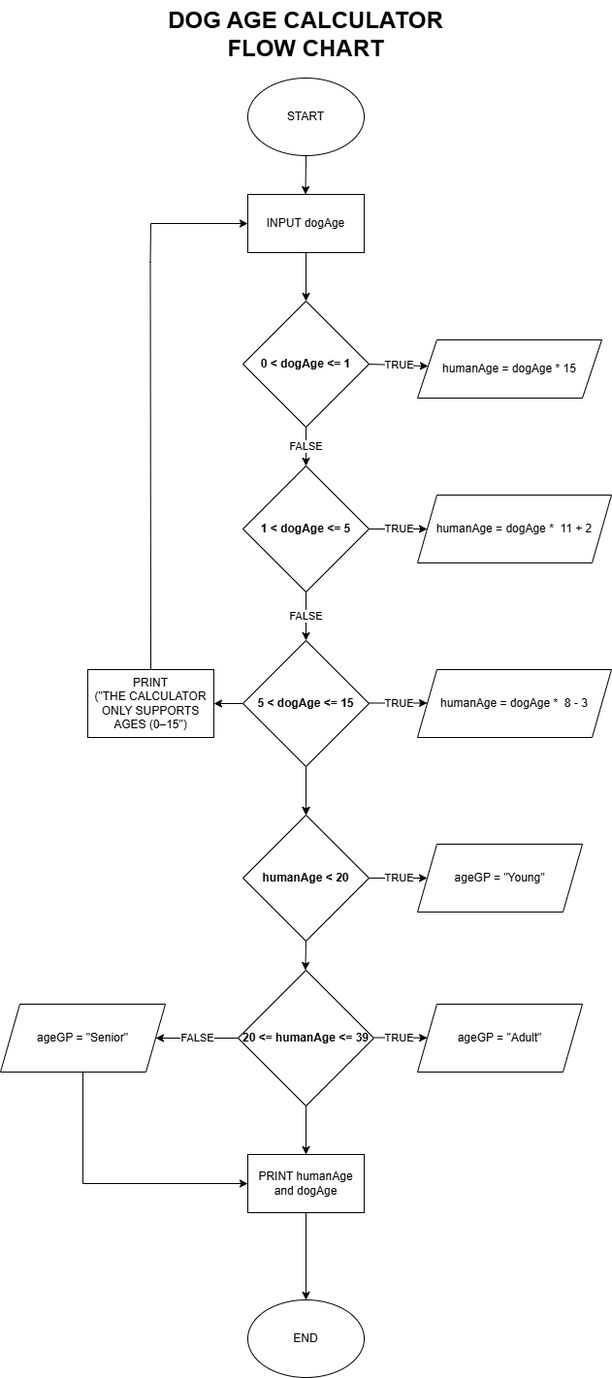
Above: docs/flowchart.png in heldworld/dog-age-automation-python (draw.io), before the change. Source tidied: cells renumbered, new cells last; positions are measured from the earlier drawing's top-left corner, leaving out a move shared by most shapes.
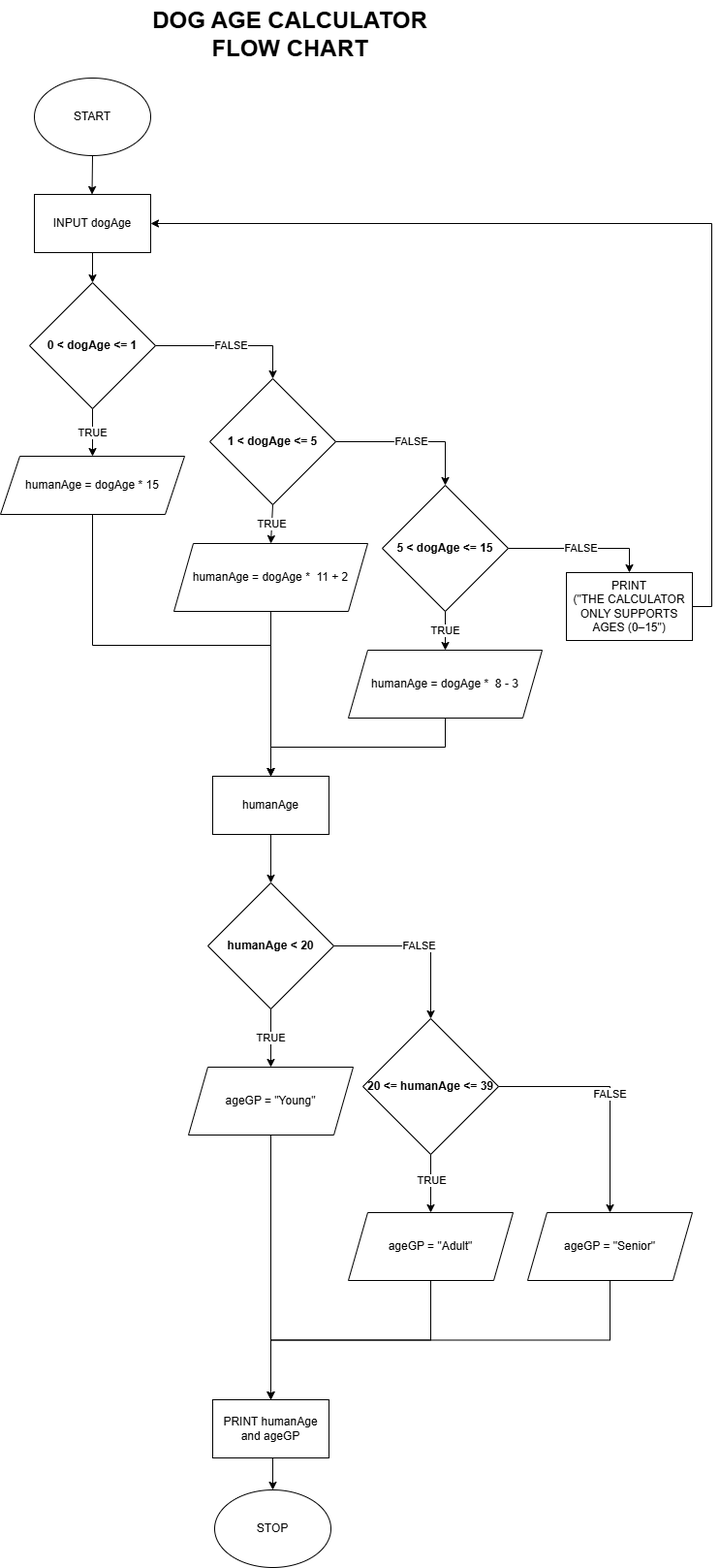
After the change.

Diff of the diagram source:
```diff
@@ -3,132 +3,147 @@
     <mxCell id="0" />
     <mxCell id="1" parent="0" />
     <mxCell id="2" value="START" style="ellipse;whiteSpace=wrap;html=1;" parent="1" vertex="1">
-      <mxGeometry x="255" y="80" width="120" height="80" as="geometry" />
+      <mxGeometry x="51" y="80" width="120" height="80" as="geometry" />
     </mxCell>
     <mxCell id="3" value="INPUT dogAge" style="rounded=0;whiteSpace=wrap;html=1;" parent="1" vertex="1">
-      <mxGeometry x="255" y="200" width="120" height="60" as="geometry" />
+      <mxGeometry x="51" y="200" width="120" height="60" as="geometry" />
     </mxCell>
     <mxCell id="4" value="&lt;b&gt;0 &amp;lt; dogAge &amp;lt;= 1&lt;/b&gt;" style="rhombus;whiteSpace=wrap;html=1;" parent="1" vertex="1">
-      <mxGeometry x="250" y="310" width="130" height="130" as="geometry" />
+      <mxGeometry x="46" y="291" width="130" height="130" as="geometry" />
     </mxCell>
+    <mxCell id="37" style="edgeStyle=orthogonalEdgeStyle;rounded=0;jettySize=auto;html=1;exitX=0.5;exitY=1;exitDx=0;exitDy=0;entryX=0.5;entryY=0;entryDx=0;entryDy=0;" parent="1" edge="1" source="5" target="43">
+      <mxGeometry relative="1" as="geometry" />
+    </mxCell>
     <mxCell id="5" value="humanAge = dogAge * 15" style="shape=parallelogram;perimeter=parallelogramPerimeter;whiteSpace=wrap;html=1;fixedSize=1;" parent="1" vertex="1">
-      <mxGeometry x="430" y="350" width="190" height="60" as="geometry" />
+      <mxGeometry x="16" y="470" width="190" height="60" as="geometry" />
     </mxCell>
+    <mxCell id="38" style="edgeStyle=orthogonalEdgeStyle;rounded=0;jettySize=auto;html=1;exitX=0.5;exitY=1;exitDx=0;exitDy=0;entryX=0.5;entryY=0;entryDx=0;entryDy=0;" parent="1" edge="1" source="6" target="43">
+      <mxGeometry relative="1" as="geometry" />
+    </mxCell>
     <mxCell id="6" value="humanAge = dogAge *&amp;nbsp; 11 + 2" style="shape=parallelogram;perimeter=parallelogramPerimeter;whiteSpace=wrap;html=1;fixedSize=1;" parent="1" vertex="1">
-      <mxGeometry x="430" y="510" width="200" height="70" as="geometry" />
+      <mxGeometry x="195" y="560" width="200" height="70" as="geometry" />
     </mxCell>
     <mxCell id="7" value="&lt;b&gt;1 &amp;lt; dogAge &amp;lt;= 5&lt;/b&gt;" style="rhombus;whiteSpace=wrap;html=1;" parent="1" vertex="1">
-      <mxGeometry x="250" y="480" width="130" height="130" as="geometry" />
+      <mxGeometry x="232" y="390" width="130" height="130" as="geometry" />
     </mxCell>
-    <mxCell id="8" style="edgeStyle=orthogonalEdgeStyle;rounded=0;jettySize=auto;html=1;" parent="1" edge="1" source="9" target="22">
-      <mxGeometry relative="1" as="geometry" />
-    </mxCell>
     <mxCell id="9" value="&lt;b&gt;5 &amp;lt; dogAge &amp;lt;= 15&lt;/b&gt;" style="rhombus;whiteSpace=wrap;html=1;" parent="1" vertex="1">
-      <mxGeometry x="250" y="660" width="130" height="130" as="geometry" />
+      <mxGeometry x="410" y="500" width="130" height="130" as="geometry" />
     </mxCell>
+    <mxCell id="39" style="edgeStyle=orthogonalEdgeStyle;rounded=0;jettySize=auto;html=1;exitX=0.5;exitY=1;exitDx=0;exitDy=0;entryX=0.5;entryY=0;entryDx=0;entryDy=0;" parent="1" edge="1" source="10" target="43">
+      <mxGeometry relative="1" as="geometry" />
+    </mxCell>
     <mxCell id="10" value="humanAge = dogAge *&amp;nbsp; 8 - 3" style="shape=parallelogram;perimeter=parallelogramPerimeter;whiteSpace=wrap;html=1;fixedSize=1;" parent="1" vertex="1">
-      <mxGeometry x="430" y="690" width="200" height="70" as="geometry" />
+      <mxGeometry x="375" y="670" width="200" height="70" as="geometry" />
     </mxCell>
+    <mxCell id="18" style="edgeStyle=orthogonalEdgeStyle;rounded=0;jettySize=auto;html=1;exitX=1;exitY=0.5;exitDx=0;exitDy=0;entryX=1;entryY=0.5;entryDx=0;entryDy=0;" parent="1" edge="1" source="11" target="3">
+      <mxGeometry relative="1" as="geometry" />
+    </mxCell>
     <mxCell id="11" value="&lt;p class=&quot;MsoNormal&quot;&gt;&lt;span lang=&quot;DE&quot; style=&quot;font-size: 9pt; line-height: 107%; font-family: Helvetica, sans-serif; background-image: initial; background-position: initial; background-size: initial; background-repeat: initial; background-attachment: initial; background-origin: initial; background-clip: initial;&quot;&gt;PRINT&lt;br/&gt;(&quot;THE CALCULATOR ONLY SUPPORTS AGES (0–15&quot;)&lt;/span&gt;&lt;/p&gt;" style="rounded=0;whiteSpace=wrap;html=1;" parent="1" vertex="1">
-      <mxGeometry x="90" y="690" width="130" height="70" as="geometry" />
+      <mxGeometry x="600" y="590" width="130" height="70" as="geometry" />
     </mxCell>
-    <mxCell id="12" value="FALSE" style="endArrow=classic;html=1;rounded=0;exitX=0.5;exitY=1;exitDx=0;exitDy=0;entryX=0.5;entryY=0;entryDx=0;entryDy=0;" parent="1" edge="1" source="4" target="7">
-      <mxGeometry relative="1" as="geometry" />
+    <mxCell id="12" value="TRUE" style="endArrow=classic;html=1;rounded=0;exitX=0.5;exitY=1;exitDx=0;exitDy=0;" parent="1" edge="1" source="4">
+      <mxGeometry relative="1" as="geometry">
+        <mxPoint x="111" y="470" as="targetPoint" />
+      </mxGeometry>
     </mxCell>
     <mxCell id="13" style="endArrow=classic;html=1;rounded=0;entryX=0.5;entryY=0;entryDx=0;entryDy=0;exitX=0.5;exitY=1;exitDx=0;exitDy=0;" parent="1" edge="1" source="3" target="4">
       <mxGeometry relative="1" as="geometry" />
     </mxCell>
-    <mxCell id="14" value="FALSE" style="endArrow=classic;html=1;rounded=0;exitX=0.5;exitY=1;exitDx=0;exitDy=0;entryX=0.5;entryY=0;entryDx=0;entryDy=0;" parent="1" edge="1" source="7" target="9">
-      <mxGeometry relative="1" as="geometry" />
+    <mxCell id="14" value="FALSE" style="endArrow=classic;html=1;rounded=0;entryX=0.5;entryY=0;entryDx=0;entryDy=0;exitX=1;exitY=0.5;exitDx=0;exitDy=0;" parent="1" edge="1" source="7" target="9">
+      <mxGeometry relative="1" as="geometry">
+        <Array as="points">
+          <mxPoint x="475" y="455" />
+        </Array>
+      </mxGeometry>
     </mxCell>
     <mxCell id="15" style="endArrow=classic;html=1;rounded=0;entryX=0.5;entryY=0;entryDx=0;entryDy=0;exitX=0.5;exitY=1;exitDx=0;exitDy=0;" parent="1" edge="1" source="2">
       <mxGeometry relative="1" as="geometry">
-        <mxPoint x="314.5" y="200" as="targetPoint" />
+        <mxPoint x="110.5" y="200" as="targetPoint" />
       </mxGeometry>
     </mxCell>
-    <mxCell id="16" value="TRUE" style="endArrow=classic;html=1;rounded=0;exitX=1;exitY=0.5;exitDx=0;exitDy=0;" parent="1" edge="1" source="4" target="5">
-      <mxGeometry relative="1" as="geometry" />
+    <mxCell id="16" value="FALSE" style="endArrow=classic;html=1;rounded=0;exitX=1;exitY=0.5;exitDx=0;exitDy=0;entryX=0.5;entryY=0;entryDx=0;entryDy=0;" parent="1" edge="1" source="4" target="7">
+      <mxGeometry relative="1" as="geometry">
+        <Array as="points">
+          <mxPoint x="297" y="356" />
+        </Array>
+      </mxGeometry>
     </mxCell>
-    <mxCell id="17" style="endArrow=classic;html=1;rounded=0;exitX=0.5;exitY=1;exitDx=0;exitDy=0;" parent="1" edge="1" source="9">
-      <mxGeometry relative="1" as="geometry">
-        <mxPoint x="315" y="840" as="targetPoint" />
-      </mxGeometry>
-    </mxCell>
-    <mxCell id="18" style="endArrow=classic;html=1;rounded=0;exitX=0.5;exitY=0;exitDx=0;exitDy=0;entryX=0;entryY=0.5;entryDx=0;entryDy=0;exitPerimeter=0;" parent="1" edge="1" source="11" target="3">
-      <mxGeometry relative="1" as="geometry">
-        <Array as="points">
-          <mxPoint x="154.5" y="270" />
-          <mxPoint x="155" y="230" />
-        </Array>
-      </mxGeometry>
-    </mxCell>
-    <mxCell id="19" value="TRUE" style="endArrow=classic;html=1;rounded=0;exitX=1;exitY=0.5;exitDx=0;exitDy=0;entryX=0;entryY=0.5;entryDx=0;entryDy=0;" parent="1" edge="1" source="7" target="6">
+    <mxCell id="19" value="TRUE" style="endArrow=classic;html=1;rounded=0;entryX=0.5;entryY=0;entryDx=0;entryDy=0;exitX=0.5;exitY=1;exitDx=0;exitDy=0;" parent="1" edge="1" source="7" target="6">
       <mxGeometry relative="1" as="geometry" />
     </mxCell>
-    <mxCell id="20" value="TRUE" style="endArrow=classic;html=1;rounded=0;exitX=1;exitY=0.5;exitDx=0;exitDy=0;entryX=0;entryY=0.5;entryDx=0;entryDy=0;" parent="1" edge="1">
-      <mxGeometry relative="1" as="geometry">
-        <mxPoint x="380" y="724.5" as="sourcePoint" />
-        <mxPoint x="440" y="724.5" as="targetPoint" />
-      </mxGeometry>
+    <mxCell id="20" value="TRUE" style="endArrow=classic;html=1;rounded=0;entryX=0.5;entryY=0;entryDx=0;entryDy=0;exitX=0.5;exitY=1;exitDx=0;exitDy=0;" parent="1" edge="1" source="9" target="10">
+      <mxGeometry relative="1" as="geometry" />
     </mxCell>
-    <mxCell id="21" style="endArrow=classic;html=1;rounded=0;exitX=0;exitY=0.5;exitDx=0;exitDy=0;entryX=1;entryY=0.5;entryDx=0;entryDy=0;" parent="1" edge="1" source="9" target="11">
-      <mxGeometry relative="1" as="geometry" />
-    </mxCell>
     <mxCell id="22" value="&lt;b&gt;humanAge &amp;lt; 20&lt;/b&gt;" style="rhombus;whiteSpace=wrap;html=1;" parent="1" vertex="1">
-      <mxGeometry x="250" y="840" width="130" height="130" as="geometry" />
+      <mxGeometry x="230" y="910" width="130" height="130" as="geometry" />
     </mxCell>
     <mxCell id="23" value="&lt;b&gt;20 &amp;lt;= humanAge &amp;lt;= 39&lt;/b&gt;" style="rhombus;whiteSpace=wrap;html=1;" parent="1" vertex="1">
-      <mxGeometry x="245" y="1000" width="140" height="140" as="geometry" />
+      <mxGeometry x="390" y="1050" width="140" height="140" as="geometry" />
     </mxCell>
+    <mxCell id="40" style="edgeStyle=orthogonalEdgeStyle;rounded=0;jettySize=auto;html=1;exitX=0.5;exitY=1;exitDx=0;exitDy=0;entryX=0.5;entryY=0;entryDx=0;entryDy=0;" parent="1" edge="1" source="24" target="30">
+      <mxGeometry relative="1" as="geometry" />
+    </mxCell>
     <mxCell id="24" value="ageGP = &quot;Young&quot;" style="shape=parallelogram;perimeter=parallelogramPerimeter;whiteSpace=wrap;html=1;fixedSize=1;" parent="1" vertex="1">
-      <mxGeometry x="430" y="870" width="170" height="70" as="geometry" />
+      <mxGeometry x="210" y="1100" width="170" height="70" as="geometry" />
     </mxCell>
+    <mxCell id="41" style="edgeStyle=orthogonalEdgeStyle;rounded=0;jettySize=auto;html=1;exitX=0.5;exitY=1;exitDx=0;exitDy=0;entryX=0.5;entryY=0;entryDx=0;entryDy=0;" parent="1" edge="1" source="25" target="30">
+      <mxGeometry relative="1" as="geometry" />
+    </mxCell>
     <mxCell id="25" value="ageGP = &quot;Adult&quot;" style="shape=parallelogram;perimeter=parallelogramPerimeter;whiteSpace=wrap;html=1;fixedSize=1;" parent="1" vertex="1">
-      <mxGeometry x="430" y="1035" width="170" height="70" as="geometry" />
+      <mxGeometry x="375" y="1250" width="170" height="70" as="geometry" />
     </mxCell>
+    <mxCell id="36" style="edgeStyle=orthogonalEdgeStyle;rounded=0;jettySize=auto;html=1;exitX=0.5;exitY=1;exitDx=0;exitDy=0;entryX=0.5;entryY=0;entryDx=0;entryDy=0;" parent="1" edge="1" source="26" target="30">
+      <mxGeometry relative="1" as="geometry" />
+    </mxCell>
     <mxCell id="26" value="ageGP = &quot;Senior&quot;" style="shape=parallelogram;perimeter=parallelogramPerimeter;whiteSpace=wrap;html=1;fixedSize=1;" parent="1" vertex="1">
-      <mxGeometry y="1035" width="170" height="70" as="geometry" />
+      <mxGeometry x="560" y="1250" width="170" height="70" as="geometry" />
     </mxCell>
-    <mxCell id="27" value="TRUE&lt;span style=&quot;color: rgba(0, 0, 0, 0); font-family: monospace; font-size: 0px; text-align: start; background-color: rgb(236, 236, 236);&quot;&gt;%3CmxGraphModel%3E%3Croot%3E%3CmxCell%20id%3D%220%22%2F%3E%3CmxCell%20id%3D%221%22%20parent%3D%220%22%2F%3E%3CmxCell%20id%3D%222%22%20edge%3D%221%22%20parent%3D%221%22%20style%3D%22endArrow%3Dclassic%3Bhtml%3D1%3Brounded%3D0%3BexitX%3D0.5%3BexitY%3D1%3BexitDx%3D0%3BexitDy%3D0%3B%22%20value%3D%22%22%3E%3CmxGeometry%20height%3D%2250%22%20relative%3D%221%22%20width%3D%2250%22%20as%3D%22geometry%22%3E%3CmxPoint%20x%3D%22385%22%20y%3D%22800%22%20as%3D%22sourcePoint%22%2F%3E%3CmxPoint%20x%3D%22385%22%20y%3D%22850%22%20as%3D%22targetPoint%22%2F%3E%3C%2FmxGeometry%3E%3C%2FmxCell%3E%3C%2Froot%3E%3C%2FmxGraphModel%3E&lt;/span&gt;" style="endArrow=classic;html=1;rounded=0;exitX=1;exitY=0.5;exitDx=0;exitDy=0;" parent="1" edge="1" source="22" target="24">
+    <mxCell id="27" value="TRUE&lt;span style=&quot;color: rgba(0, 0, 0, 0); font-family: monospace; font-size: 0px; text-align: start; background-color: rgb(236, 236, 236);&quot;&gt;%3CmxGraphModel%3E%3Croot%3E%3CmxCell%20id%3D%220%22%2F%3E%3CmxCell%20id%3D%221%22%20parent%3D%220%22%2F%3E%3CmxCell%20id%3D%222%22%20edge%3D%221%22%20parent%3D%221%22%20style%3D%22endArrow%3Dclassic%3Bhtml%3D1%3Brounded%3D0%3BexitX%3D0.5%3BexitY%3D1%3BexitDx%3D0%3BexitDy%3D0%3B%22%20value%3D%22%22%3E%3CmxGeometry%20height%3D%2250%22%20relative%3D%221%22%20width%3D%2250%22%20as%3D%22geometry%22%3E%3CmxPoint%20x%3D%22385%22%20y%3D%22800%22%20as%3D%22sourcePoint%22%2F%3E%3CmxPoint%20x%3D%22385%22%20y%3D%22850%22%20as%3D%22targetPoint%22%2F%3E%3C%2FmxGeometry%3E%3C%2FmxCell%3E%3C%2Froot%3E%3C%2FmxGraphModel%3E&lt;/span&gt;" style="endArrow=classic;html=1;rounded=0;entryX=0.5;entryY=0;entryDx=0;entryDy=0;exitX=0.5;exitY=1;exitDx=0;exitDy=0;" parent="1" edge="1" source="22" target="24">
       <mxGeometry relative="1" as="geometry" />
     </mxCell>
-    <mxCell id="28" value="FALSE" style="endArrow=classic;html=1;rounded=0;entryX=1;entryY=0.5;entryDx=0;entryDy=0;exitX=0;exitY=0.5;exitDx=0;exitDy=0;" parent="1" edge="1" source="23" target="26">
-      <mxGeometry relative="1" as="geometry" />
+    <mxCell id="28" value="FALSE" style="endArrow=classic;html=1;rounded=0;exitX=1;exitY=0.5;exitDx=0;exitDy=0;entryX=0.5;entryY=0;entryDx=0;entryDy=0;" parent="1" edge="1" source="23" target="26">
+      <mxGeometry relative="1" as="geometry">
+        <Array as="points">
+          <mxPoint x="645" y="1120" />
+        </Array>
+      </mxGeometry>
     </mxCell>
-    <mxCell id="29" value="TRUE&lt;span style=&quot;color: rgba(0, 0, 0, 0); font-family: monospace; font-size: 0px; text-align: start; background-color: rgb(236, 236, 236);&quot;&gt;%3CmxGraphModel%3E%3Croot%3E%3CmxCell%20id%3D%220%22%2F%3E%3CmxCell%20id%3D%221%22%20parent%3D%220%22%2F%3E%3CmxCell%20id%3D%222%22%20edge%3D%221%22%20parent%3D%221%22%20style%3D%22endArrow%3Dclassic%3Bhtml%3D1%3Brounded%3D0%3BexitX%3D0.5%3BexitY%3D1%3BexitDx%3D0%3BexitDy%3D0%3B%22%20value%3D%22%22%3E%3CmxGeometry%20height%3D%2250%22%20relative%3D%221%22%20width%3D%2250%22%20as%3D%22geometry%22%3E%3CmxPoint%20x%3D%22385%22%20y%3D%22800%22%20as%3D%22sourcePoint%22%2F%3E%3CmxPoint%20x%3D%22385%22%20y%3D%22850%22%20as%3D%22targetPoint%22%2F%3E%3C%2FmxGeometry%3E%3C%2FmxCell%3E%3C%2Froot%3E%3C%2FmxGraphModel%3E&lt;/span&gt;" style="endArrow=classic;html=1;rounded=0;exitX=1;exitY=0.5;exitDx=0;exitDy=0;" parent="1" edge="1" target="25">
+    <mxCell id="29" value="TRUE&lt;span style=&quot;color: rgba(0, 0, 0, 0); font-family: monospace; font-size: 0px; text-align: start; background-color: rgb(236, 236, 236);&quot;&gt;%3CmxGraphModel%3E%3Croot%3E%3CmxCell%20id%3D%220%22%2F%3E%3CmxCell%20id%3D%221%22%20parent%3D%220%22%2F%3E%3CmxCell%20id%3D%222%22%20edge%3D%221%22%20parent%3D%221%22%20style%3D%22endArrow%3Dclassic%3Bhtml%3D1%3Brounded%3D0%3BexitX%3D0.5%3BexitY%3D1%3BexitDx%3D0%3BexitDy%3D0%3B%22%20value%3D%22%22%3E%3CmxGeometry%20height%3D%2250%22%20relative%3D%221%22%20width%3D%2250%22%20as%3D%22geometry%22%3E%3CmxPoint%20x%3D%22385%22%20y%3D%22800%22%20as%3D%22sourcePoint%22%2F%3E%3CmxPoint%20x%3D%22385%22%20y%3D%22850%22%20as%3D%22targetPoint%22%2F%3E%3C%2FmxGeometry%3E%3C%2FmxCell%3E%3C%2Froot%3E%3C%2FmxGraphModel%3E&lt;/span&gt;" style="endArrow=classic;html=1;rounded=0;exitX=0.5;exitY=1;exitDx=0;exitDy=0;" parent="1" edge="1" source="23" target="25">
       <mxGeometry x="-0.09" relative="1" as="geometry">
-        <mxPoint x="385" y="1069.5" as="sourcePoint" />
         <mxPoint x="1" as="offset" />
       </mxGeometry>
     </mxCell>
-    <mxCell id="30" value="PRINT humanAge and dogAge" style="rounded=0;whiteSpace=wrap;html=1;" parent="1" vertex="1">
-      <mxGeometry x="255" y="1190" width="120" height="60" as="geometry" />
+    <mxCell id="30" value="PRINT humanAge and ageGP" style="rounded=0;whiteSpace=wrap;html=1;" parent="1" vertex="1">
+      <mxGeometry x="235" y="1443" width="120" height="60" as="geometry" />
     </mxCell>
-    <mxCell id="31" style="endArrow=classic;html=1;rounded=0;exitX=0.5;exitY=1;exitDx=0;exitDy=0;" parent="1" edge="1" source="22">
+    <mxCell id="31" value="FALSE" style="endArrow=classic;html=1;rounded=0;exitX=1;exitY=0.5;exitDx=0;exitDy=0;entryX=0.5;entryY=0;entryDx=0;entryDy=0;" parent="1" edge="1" source="22" target="23">
       <mxGeometry relative="1" as="geometry">
-        <mxPoint x="314.4" y="1000" as="targetPoint" />
+        <Array as="points">
+          <mxPoint x="460" y="975" />
+        </Array>
       </mxGeometry>
     </mxCell>
-    <mxCell id="32" style="edgeStyle=orthogonalEdgeStyle;rounded=0;jettySize=auto;html=1;exitX=0.5;exitY=1;exitDx=0;exitDy=0;" parent="1" edge="1" source="23">
-      <mxGeometry relative="1" as="geometry">
-        <mxPoint x="315" y="1190" as="targetPoint" />
-      </mxGeometry>
-    </mxCell>
     <mxCell id="33" style="edgeStyle=orthogonalEdgeStyle;rounded=0;jettySize=auto;html=1;exitX=0.5;exitY=1;exitDx=0;exitDy=0;entryX=0.5;entryY=0;entryDx=0;entryDy=0;" parent="1" edge="1" source="30" target="34">
       <mxGeometry relative="1" as="geometry" />
     </mxCell>
-    <mxCell id="34" value="END" style="ellipse;whiteSpace=wrap;html=1;" parent="1" vertex="1">
-      <mxGeometry x="255" y="1340" width="120" height="80" as="geometry" />
+    <mxCell id="34" value="STOP" style="ellipse;whiteSpace=wrap;html=1;" parent="1" vertex="1">
+      <mxGeometry x="237" y="1536" width="120" height="80" as="geometry" />
     </mxCell>
     <mxCell id="35" value="&lt;h1 style=&quot;margin-top: 0px;&quot;&gt;DOG AGE CALCULATOR FLOW CHART&lt;/h1&gt;" style="text;html=1;whiteSpace=wrap;overflow=hidden;rounded=0;align=center;" parent="1" vertex="1">
       <mxGeometry x="140" width="350" height="70" as="geometry" />
     </mxCell>
-    <mxCell id="36" style="endArrow=classic;html=1;rounded=0;exitX=0.5;exitY=1;exitDx=0;exitDy=0;entryX=0;entryY=0.5;entryDx=0;entryDy=0;" parent="1" edge="1" source="26" target="30">
-      <mxGeometry relative="1" as="geometry">
-        <Array as="points">
-          <mxPoint x="85" y="1220" />
-        </Array>
-      </mxGeometry>
-    </mxCell>
+    <mxCell id="42" style="endArrow=classic;html=1;rounded=0;exitX=0.5;exitY=1;exitDx=0;exitDy=0;entryX=0.5;entryY=0;entryDx=0;entryDy=0;" parent="1" edge="1" source="43" target="22">
+      <mxGeometry relative="1" as="geometry" />
+    </mxCell>
+    <mxCell id="43" value="humanAge" style="rounded=0;whiteSpace=wrap;html=1;" parent="1" vertex="1">
+      <mxGeometry x="235" y="800" width="120" height="60" as="geometry" />
+    </mxCell>
+    <mxCell id="21" value="FALSE" style="endArrow=classic;html=1;rounded=0;entryX=0.5;entryY=0;entryDx=0;entryDy=0;exitX=1;exitY=0.5;exitDx=0;exitDy=0;" parent="1" edge="1" source="9" target="11">
+      <mxGeometry relative="1" as="geometry">
+        <Array as="points">
+          <mxPoint x="665" y="565" />
+        </Array>
+      </mxGeometry>
+    </mxCell>
   </root>
 </mxGraphModel>
```
